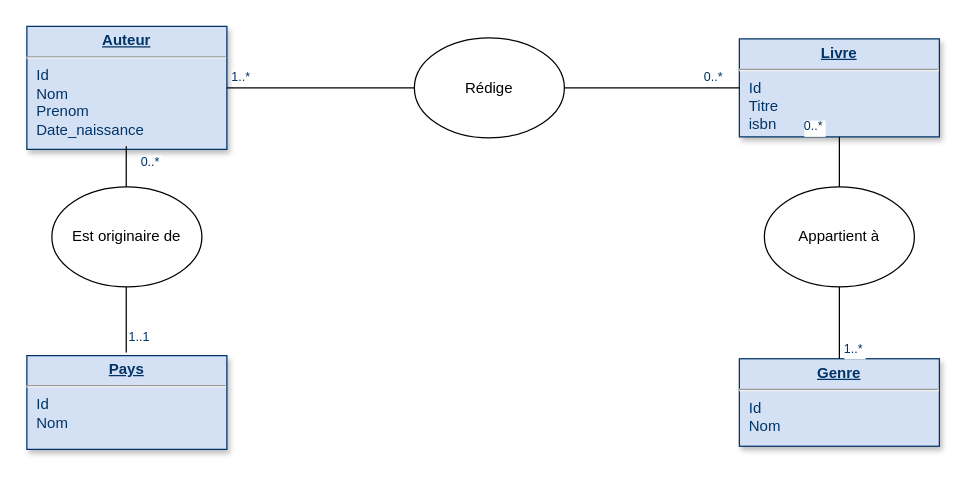
Earlier version of the draw.io diagram template/schema_conceptuel_exemple.drawio (cegepvictoetienne/bd2). Source tidied: cells renumbered, new cells numbered last; positions are measured from the earlier drawing's top-left corner, leaving out a move shared by most shapes. Both pictures are drawn from the tidied source at 125%, with x=0, y=0 at pixel (26, 26).
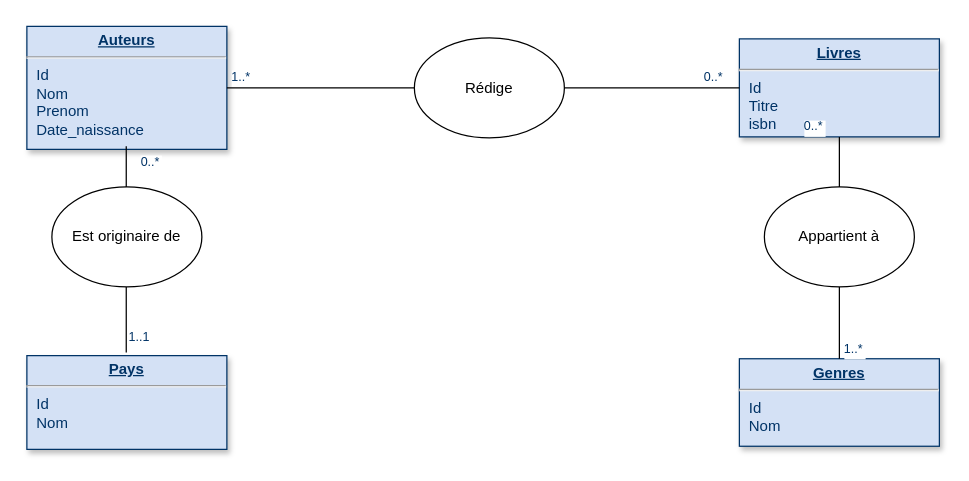
After the change.

Diff of the diagram source:
```diff
@@
-    <mxCell id="2" value="&lt;p style=&quot;margin: 0px; margin-top: 4px; text-align: center; text-decoration: underline;&quot;&gt;&lt;strong&gt;Livre&lt;/strong&gt;&lt;/p&gt;&lt;hr&gt;&lt;p style=&quot;margin: 0px; margin-left: 8px;&quot;&gt;Id&lt;/p&gt;&lt;p style=&quot;margin: 0px; margin-left: 8px;&quot;&gt;Titre&lt;/p&gt;&lt;p style=&quot;margin: 0px; margin-left: 8px;&quot;&gt;isbn&lt;/p&gt;" style="verticalAlign=top;align=left;overflow=fill;fontSize=12;fontFamily=Helvetica;html=1;strokeColor=#003366;shadow=1;fillColor=#D4E1F5;fontColor=#003366;" parent="1" vertex="1">
+    <mxCell id="2" value="&lt;p style=&quot;margin: 0px; margin-top: 4px; text-align: center; text-decoration: underline;&quot;&gt;&lt;strong&gt;Livres&lt;/strong&gt;&lt;/p&gt;&lt;hr&gt;&lt;p style=&quot;margin: 0px; margin-left: 8px;&quot;&gt;Id&lt;/p&gt;&lt;p style=&quot;margin: 0px; margin-left: 8px;&quot;&gt;Titre&lt;/p&gt;&lt;p style=&quot;margin: 0px; margin-left: 8px;&quot;&gt;isbn&lt;/p&gt;" style="verticalAlign=top;align=left;overflow=fill;fontSize=12;fontFamily=Helvetica;html=1;strokeColor=#003366;shadow=1;fillColor=#D4E1F5;fontColor=#003366;" parent="1" vertex="1">
       <mxGeometry x="570" y="9.6" width="160" height="78.4" as="geometry" />
     </mxCell>
-    <mxCell id="3" value="&lt;p style=&quot;margin: 0px; margin-top: 4px; text-align: center; text-decoration: underline;&quot;&gt;&lt;strong&gt;Genre&lt;/strong&gt;&lt;/p&gt;&lt;hr&gt;&lt;p style=&quot;margin: 0px; margin-left: 8px;&quot;&gt;Id&lt;/p&gt;&lt;p style=&quot;margin: 0px; margin-left: 8px;&quot;&gt;Nom&lt;/p&gt;" style="verticalAlign=top;align=left;overflow=fill;fontSize=12;fontFamily=Helvetica;html=1;strokeColor=#003366;shadow=1;fillColor=#D4E1F5;fontColor=#003366;" parent="1" vertex="1">
+    <mxCell id="3" value="&lt;p style=&quot;margin: 0px; margin-top: 4px; text-align: center; text-decoration: underline;&quot;&gt;&lt;strong&gt;Genres&lt;/strong&gt;&lt;/p&gt;&lt;hr&gt;&lt;p style=&quot;margin: 0px; margin-left: 8px;&quot;&gt;Id&lt;/p&gt;&lt;p style=&quot;margin: 0px; margin-left: 8px;&quot;&gt;Nom&lt;/p&gt;" style="verticalAlign=top;align=left;overflow=fill;fontSize=12;fontFamily=Helvetica;html=1;strokeColor=#003366;shadow=1;fillColor=#D4E1F5;fontColor=#003366;" parent="1" vertex="1">
       <mxGeometry x="570" y="265.5" width="160" height="70" as="geometry" />
     </mxCell>
@@
-    <mxCell id="5" value="&lt;p style=&quot;margin: 0px; margin-top: 4px; text-align: center; text-decoration: underline;&quot;&gt;&lt;b&gt;Auteur&lt;/b&gt;&lt;/p&gt;&lt;hr&gt;&lt;p style=&quot;margin: 0px; margin-left: 8px;&quot;&gt;Id&lt;/p&gt;&lt;p style=&quot;margin: 0px; margin-left: 8px;&quot;&gt;Nom&lt;/p&gt;&lt;p style=&quot;margin: 0px; margin-left: 8px;&quot;&gt;Prenom&lt;/p&gt;&lt;p style=&quot;margin: 0px; margin-left: 8px;&quot;&gt;Date_naissance&lt;/p&gt;&lt;p style=&quot;margin: 0px; margin-left: 8px;&quot;&gt;&lt;br&gt;&lt;/p&gt;" style="verticalAlign=top;align=left;overflow=fill;fontSize=12;fontFamily=Helvetica;html=1;strokeColor=#003366;shadow=1;fillColor=#D4E1F5;fontColor=#003366;" parent="1" vertex="1">
+    <mxCell id="5" value="&lt;p style=&quot;margin: 0px; margin-top: 4px; text-align: center; text-decoration: underline;&quot;&gt;&lt;b&gt;Auteurs&lt;/b&gt;&lt;/p&gt;&lt;hr&gt;&lt;p style=&quot;margin: 0px; margin-left: 8px;&quot;&gt;Id&lt;/p&gt;&lt;p style=&quot;margin: 0px; margin-left: 8px;&quot;&gt;Nom&lt;/p&gt;&lt;p style=&quot;margin: 0px; margin-left: 8px;&quot;&gt;Prenom&lt;/p&gt;&lt;p style=&quot;margin: 0px; margin-left: 8px;&quot;&gt;Date_naissance&lt;/p&gt;&lt;p style=&quot;margin: 0px; margin-left: 8px;&quot;&gt;&lt;br&gt;&lt;/p&gt;" style="verticalAlign=top;align=left;overflow=fill;fontSize=12;fontFamily=Helvetica;html=1;strokeColor=#003366;shadow=1;fillColor=#D4E1F5;fontColor=#003366;" parent="1" vertex="1">
       <mxGeometry y="-0.4" width="160" height="98.4" as="geometry" />
     </mxCell>
```
